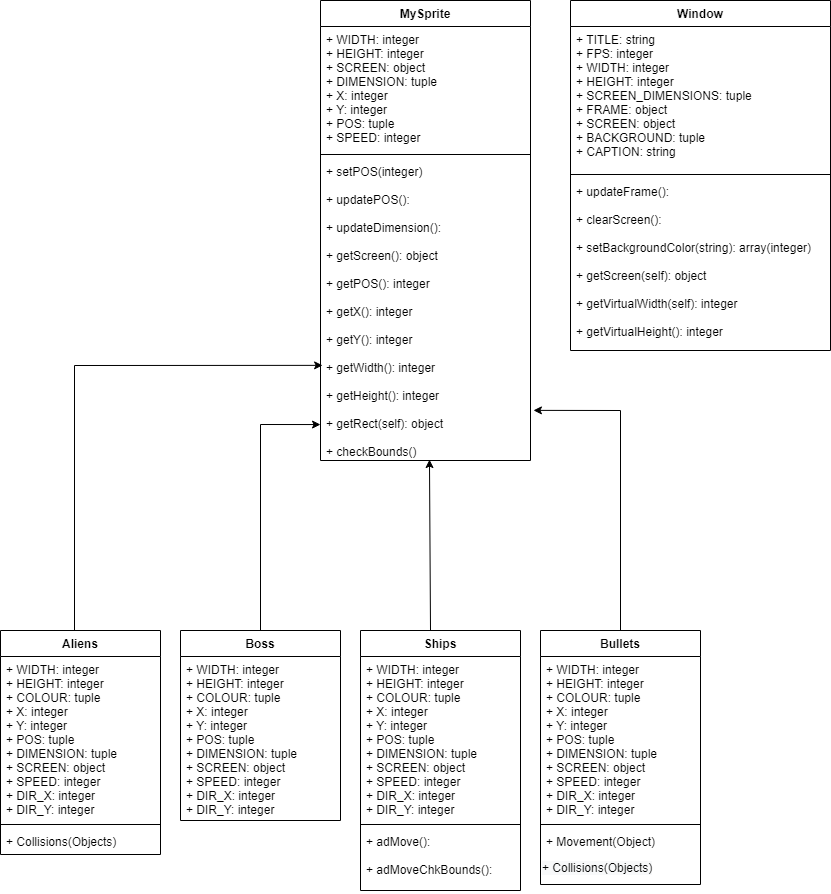
Above: UML for Space Invaders.png in ichandel/CSE3190-Project (draw.io), before the change. Source tidied: cells renumbered, new cells last; positions are measured from the earlier drawing's top-left corner, leaving out a move shared by most shapes.
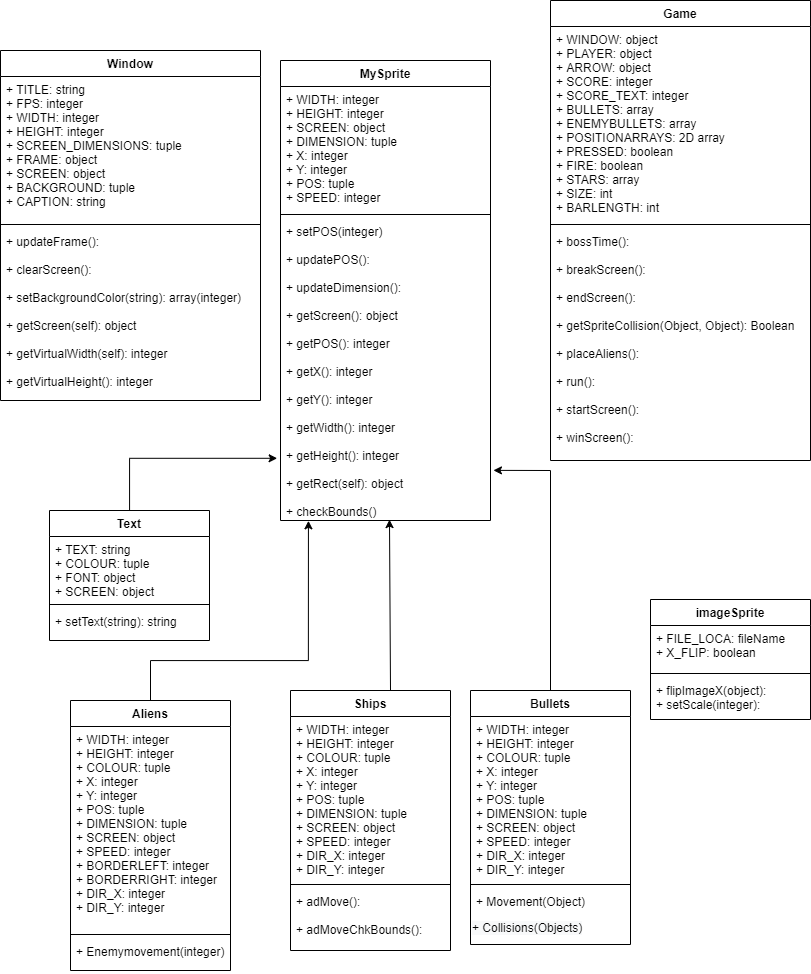
The same file after the commit.

Change to the diagram source:
```diff
@@ -2,20 +2,28 @@
   <root>
     <mxCell id="0" />
     <mxCell id="1" parent="0" />
+    <mxCell id="29" style="edgeStyle=orthogonalEdgeStyle;rounded=0;jettySize=auto;html=1;entryX=0.133;entryY=1.001;entryDx=0;entryDy=0;entryPerimeter=0;exitX=0.5;exitY=0;exitDx=0;exitDy=0;" parent="1" edge="1" source="2" target="23">
+      <mxGeometry relative="1" as="geometry">
+        <Array as="points">
+          <mxPoint x="190" y="-200" />
+          <mxPoint x="348" y="-200" />
+        </Array>
+      </mxGeometry>
+    </mxCell>
     <mxCell id="2" value="Aliens" style="swimlane;fontStyle=1;align=center;verticalAlign=top;horizontal=1;startSize=26;" parent="1" vertex="1">
-      <mxGeometry y="630" width="160" height="224" as="geometry" />
+      <mxGeometry x="110" y="-160" width="160" height="270" as="geometry" />
     </mxCell>
-    <mxCell id="3" value="+ WIDTH: integer&#10;+ HEIGHT: integer&#10;+ COLOUR: tuple&#10;+ X: integer&#10;+ Y: integer&#10;+ POS: tuple&#10;+ DIMENSION: tuple&#10;+ SCREEN: object&#10;+ SPEED: integer&#10;+ DIR_X: integer&#10;+ DIR_Y: integer" style="text;strokeColor=none;fillColor=none;align=left;verticalAlign=top;spacingLeft=4;spacingRight=4;overflow=hidden;" parent="2" vertex="1">
-      <mxGeometry y="26" width="160" height="164" as="geometry" />
+    <mxCell id="3" value="+ WIDTH: integer&#10;+ HEIGHT: integer&#10;+ COLOUR: tuple&#10;+ X: integer&#10;+ Y: integer&#10;+ POS: tuple&#10;+ DIMENSION: tuple&#10;+ SCREEN: object&#10;+ SPEED: integer&#10;+ BORDERLEFT: integer&#10;+ BORDERRIGHT: integer&#10;+ DIR_X: integer&#10;+ DIR_Y: integer" style="text;strokeColor=none;fillColor=none;align=left;verticalAlign=top;spacingLeft=4;spacingRight=4;overflow=hidden;" parent="2" vertex="1">
+      <mxGeometry y="26" width="160" height="204" as="geometry" />
     </mxCell>
     <mxCell id="4" style="line;strokeWidth=1;fillColor=none;align=left;verticalAlign=middle;spacingTop=-1;spacingLeft=3;spacingRight=3;labelPosition=right;" parent="2" vertex="1">
-      <mxGeometry y="190" width="160" height="8" as="geometry" />
+      <mxGeometry y="230" width="160" height="8" as="geometry" />
     </mxCell>
-    <mxCell id="5" value="+ Collisions(Objects)" style="text;strokeColor=none;fillColor=none;align=left;verticalAlign=top;spacingLeft=4;spacingRight=4;overflow=hidden;" parent="2" vertex="1">
-      <mxGeometry y="198" width="160" height="26" as="geometry" />
+    <mxCell id="5" value="+ Enemymovement(integer)" style="text;strokeColor=none;fillColor=none;align=left;verticalAlign=top;spacingLeft=4;spacingRight=4;overflow=hidden;" parent="2" vertex="1">
+      <mxGeometry y="238" width="160" height="32" as="geometry" />
     </mxCell>
     <mxCell id="6" value="Bullets" style="swimlane;fontStyle=1;align=center;verticalAlign=top;horizontal=1;startSize=26;" parent="1" vertex="1">
-      <mxGeometry x="540" y="630" width="160" height="254" as="geometry" />
+      <mxGeometry x="510" y="-170" width="160" height="254" as="geometry" />
     </mxCell>
     <mxCell id="7" value="+ WIDTH: integer&#10;+ HEIGHT: integer&#10;+ COLOUR: tuple&#10;+ X: integer&#10;+ Y: integer&#10;+ POS: tuple&#10;+ DIMENSION: tuple&#10;+ SCREEN: object&#10;+ SPEED: integer&#10;+ DIR_X: integer&#10;+ DIR_Y: integer" style="text;strokeColor=none;fillColor=none;align=left;verticalAlign=top;spacingLeft=4;spacingRight=4;overflow=hidden;" parent="6" vertex="1">
       <mxGeometry y="26" width="160" height="164" as="geometry" />
@@ -29,34 +37,20 @@
     <mxCell id="10" value="&lt;span style=&quot;color: rgb(0, 0, 0); font-family: helvetica; font-size: 12px; font-style: normal; font-weight: 400; letter-spacing: normal; text-align: left; text-indent: 0px; text-transform: none; word-spacing: 0px; background-color: rgb(248, 249, 250); display: inline; float: none;&quot;&gt;+ Collisions(Objects)&lt;/span&gt;" style="text;whiteSpace=wrap;html=1;" parent="6" vertex="1">
       <mxGeometry y="224" width="160" height="30" as="geometry" />
     </mxCell>
-    <mxCell id="11" value="Boss" style="swimlane;fontStyle=1;align=center;verticalAlign=top;horizontal=1;startSize=26;" parent="1" vertex="1">
-      <mxGeometry x="180" y="630" width="160" height="190" as="geometry" />
-    </mxCell>
-    <mxCell id="12" value="+ WIDTH: integer&#10;+ HEIGHT: integer&#10;+ COLOUR: tuple&#10;+ X: integer&#10;+ Y: integer&#10;+ POS: tuple&#10;+ DIMENSION: tuple&#10;+ SCREEN: object&#10;+ SPEED: integer&#10;+ DIR_X: integer&#10;+ DIR_Y: integer" style="text;strokeColor=none;fillColor=none;align=left;verticalAlign=top;spacingLeft=4;spacingRight=4;overflow=hidden;" parent="11" vertex="1">
-      <mxGeometry y="26" width="160" height="164" as="geometry" />
-    </mxCell>
-    <mxCell id="13" style="endArrow=classic;html=1;entryX=0.01;entryY=0.685;entryDx=0;entryDy=0;entryPerimeter=0;rounded=0;" parent="1" edge="1" target="23">
-      <mxGeometry relative="1" as="geometry">
-        <mxPoint x="74" y="630" as="sourcePoint" />
-        <Array as="points">
-          <mxPoint x="74" y="365" />
-        </Array>
-      </mxGeometry>
-    </mxCell>
     <mxCell id="14" style="endArrow=classic;html=1;exitX=0.5;exitY=0;exitDx=0;exitDy=0;entryX=0.519;entryY=0.997;entryDx=0;entryDy=0;entryPerimeter=0;" parent="1" edge="1" target="23">
       <mxGeometry relative="1" as="geometry">
-        <mxPoint x="430" y="630" as="sourcePoint" />
+        <mxPoint x="430" y="-170" as="sourcePoint" />
       </mxGeometry>
     </mxCell>
     <mxCell id="15" style="endArrow=classic;html=1;exitX=0.5;exitY=0;exitDx=0;exitDy=0;entryX=1.014;entryY=0.834;entryDx=0;entryDy=0;entryPerimeter=0;rounded=0;" parent="1" edge="1" source="6" target="23">
       <mxGeometry relative="1" as="geometry">
         <Array as="points">
-          <mxPoint x="620" y="410" />
+          <mxPoint x="590" y="-390" />
         </Array>
       </mxGeometry>
     </mxCell>
     <mxCell id="16" value="Ships" style="swimlane;fontStyle=1;align=center;verticalAlign=top;horizontal=1;startSize=26;" parent="1" vertex="1">
-      <mxGeometry x="360" y="630" width="160" height="260" as="geometry" />
+      <mxGeometry x="330" y="-170" width="160" height="260" as="geometry" />
     </mxCell>
     <mxCell id="17" value="+ WIDTH: integer&#10;+ HEIGHT: integer&#10;+ COLOUR: tuple&#10;+ X: integer&#10;+ Y: integer&#10;+ POS: tuple&#10;+ DIMENSION: tuple&#10;+ SCREEN: object&#10;+ SPEED: integer&#10;+ DIR_X: integer&#10;+ DIR_Y: integer" style="text;strokeColor=none;fillColor=none;align=left;verticalAlign=top;spacingLeft=4;spacingRight=4;overflow=hidden;" parent="16" vertex="1">
       <mxGeometry y="26" width="160" height="164" as="geometry" />
@@ -68,7 +62,7 @@
       <mxGeometry y="198" width="160" height="62" as="geometry" />
     </mxCell>
     <mxCell id="20" value="MySprite" style="swimlane;fontStyle=1;align=center;verticalAlign=top;horizontal=1;startSize=26;" parent="1" vertex="1">
-      <mxGeometry x="320" width="210" height="460" as="geometry" />
+      <mxGeometry x="320" y="-800" width="210" height="460" as="geometry" />
     </mxCell>
     <mxCell id="21" value="+ WIDTH: integer&#10;+ HEIGHT: integer&#10;+ SCREEN: object&#10;+ DIMENSION: tuple&#10;+ X: integer&#10;+ Y: integer&#10;+ POS: tuple&#10;+ SPEED: integer" style="text;strokeColor=none;fillColor=none;align=left;verticalAlign=top;spacingLeft=4;spacingRight=4;overflow=hidden;" parent="20" vertex="1">
       <mxGeometry y="26" width="210" height="124" as="geometry" />
@@ -80,7 +74,7 @@
       <mxGeometry y="158" width="210" height="302" as="geometry" />
     </mxCell>
     <mxCell id="24" value="Window" style="swimlane;fontStyle=1;align=center;verticalAlign=top;horizontal=1;startSize=26;" parent="1" vertex="1">
-      <mxGeometry x="570" width="260" height="350" as="geometry" />
+      <mxGeometry x="40" y="-810" width="260" height="350" as="geometry" />
     </mxCell>
     <mxCell id="25" value="+ TITLE: string&#10;+ FPS: integer&#10;+ WIDTH: integer&#10;+ HEIGHT: integer&#10;+ SCREEN_DIMENSIONS: tuple&#10;+ FRAME: object&#10;+ SCREEN: object&#10;+ BACKGROUND: tuple&#10;+ CAPTION: string" style="text;strokeColor=none;fillColor=none;align=left;verticalAlign=top;spacingLeft=4;spacingRight=4;overflow=hidden;" parent="24" vertex="1">
       <mxGeometry y="26" width="260" height="144" as="geometry" />
@@ -91,12 +85,48 @@
     <mxCell id="27" value="+ updateFrame():&#10;&#10;+ clearScreen():&#10;&#10;+ setBackgroundColor(string): array(integer)&#10;&#10;+ getScreen(self): object&#10;&#10;+ getVirtualWidth(self): integer&#10;&#10;+ getVirtualHeight(): integer&#10;" style="text;strokeColor=none;fillColor=none;align=left;verticalAlign=top;spacingLeft=4;spacingRight=4;overflow=hidden;" parent="24" vertex="1">
       <mxGeometry y="178" width="260" height="172" as="geometry" />
     </mxCell>
-    <mxCell id="28" style="endArrow=classic;html=1;entryX=0;entryY=0.881;entryDx=0;entryDy=0;entryPerimeter=0;rounded=0;exitX=0.5;exitY=0;exitDx=0;exitDy=0;" parent="1" edge="1" source="11" target="23">
-      <mxGeometry relative="1" as="geometry">
-        <Array as="points">
-          <mxPoint x="260" y="424" />
-        </Array>
-      </mxGeometry>
-    </mxCell>
+    <mxCell id="30" style="edgeStyle=orthogonalEdgeStyle;rounded=0;jettySize=auto;html=1;entryX=-0.016;entryY=0.794;entryDx=0;entryDy=0;entryPerimeter=0;" parent="1" edge="1" source="31" target="23">
+      <mxGeometry relative="1" as="geometry">
+        <Array as="points">
+          <mxPoint x="169" y="-402" />
+        </Array>
+      </mxGeometry>
+    </mxCell>
+    <mxCell id="31" value="Text" style="swimlane;fontStyle=1;align=center;verticalAlign=top;horizontal=1;startSize=26;" parent="1" vertex="1">
+      <mxGeometry x="89" y="-350" width="160" height="130" as="geometry" />
+    </mxCell>
+    <mxCell id="32" value="+ TEXT: string&#10;+ COLOUR: tuple&#10;+ FONT: object&#10;+ SCREEN: object" style="text;strokeColor=none;fillColor=none;align=left;verticalAlign=top;spacingLeft=4;spacingRight=4;overflow=hidden;" parent="31" vertex="1">
+      <mxGeometry y="26" width="160" height="64" as="geometry" />
+    </mxCell>
+    <mxCell id="33" style="line;strokeWidth=1;fillColor=none;align=left;verticalAlign=middle;spacingTop=-1;spacingLeft=3;spacingRight=3;labelPosition=right;" parent="31" vertex="1">
+      <mxGeometry y="90" width="160" height="8" as="geometry" />
+    </mxCell>
+    <mxCell id="34" value="+ setText(string): string" style="text;strokeColor=none;fillColor=none;align=left;verticalAlign=top;spacingLeft=4;spacingRight=4;overflow=hidden;" parent="31" vertex="1">
+      <mxGeometry y="98" width="160" height="32" as="geometry" />
+    </mxCell>
+    <mxCell id="35" value="Game" style="swimlane;fontStyle=1;align=center;verticalAlign=top;horizontal=1;startSize=26;" parent="1" vertex="1">
+      <mxGeometry x="590" y="-860" width="260" height="460" as="geometry" />
+    </mxCell>
+    <mxCell id="36" value="+ WINDOW: object&#10;+ PLAYER: object&#10;+ ARROW: object&#10;+ SCORE: integer&#10;+ SCORE_TEXT: integer&#10;+ BULLETS: array&#10;+ ENEMYBULLETS: array&#10;+ POSITIONARRAYS: 2D array&#10;+ PRESSED: boolean&#10;+ FIRE: boolean&#10;+ STARS: array&#10;+ SIZE: int&#10;+ BARLENGTH: int" style="text;strokeColor=none;fillColor=none;align=left;verticalAlign=top;spacingLeft=4;spacingRight=4;overflow=hidden;" parent="35" vertex="1">
+      <mxGeometry y="26" width="260" height="194" as="geometry" />
+    </mxCell>
+    <mxCell id="37" style="line;strokeWidth=1;fillColor=none;align=left;verticalAlign=middle;spacingTop=-1;spacingLeft=3;spacingRight=3;labelPosition=right;" parent="35" vertex="1">
+      <mxGeometry y="220" width="260" height="8" as="geometry" />
+    </mxCell>
+    <mxCell id="38" value="+ bossTime():&#10;&#10;+ breakScreen():&#10;&#10;+ endScreen():&#10;&#10;+ getSpriteCollision(Object, Object): Boolean&#10;&#10;+ placeAliens():&#10;&#10;+ run():&#10;&#10;+ startScreen():&#10;&#10;+ winScreen():&#10;" style="text;strokeColor=none;fillColor=none;align=left;verticalAlign=top;spacingLeft=4;spacingRight=4;overflow=hidden;" parent="35" vertex="1">
+      <mxGeometry y="228" width="260" height="232" as="geometry" />
+    </mxCell>
+    <mxCell id="39" value="imageSprite" style="swimlane;fontStyle=1;align=center;verticalAlign=top;horizontal=1;startSize=26;" parent="1" vertex="1">
+      <mxGeometry x="690" y="-261" width="160" height="120" as="geometry" />
+    </mxCell>
+    <mxCell id="40" value="+ FILE_LOCA: fileName&#10;+ X_FLIP: boolean" style="text;strokeColor=none;fillColor=none;align=left;verticalAlign=top;spacingLeft=4;spacingRight=4;overflow=hidden;" parent="39" vertex="1">
+      <mxGeometry y="26" width="160" height="44" as="geometry" />
+    </mxCell>
+    <mxCell id="41" style="line;strokeWidth=1;fillColor=none;align=left;verticalAlign=middle;spacingTop=-1;spacingLeft=3;spacingRight=3;labelPosition=right;" parent="39" vertex="1">
+      <mxGeometry y="70" width="160" height="8" as="geometry" />
+    </mxCell>
+    <mxCell id="42" value="+ flipImageX(object): &#10;+ setScale(integer):" style="text;strokeColor=none;fillColor=none;align=left;verticalAlign=top;spacingLeft=4;spacingRight=4;overflow=hidden;" parent="39" vertex="1">
+      <mxGeometry y="78" width="160" height="42" as="geometry" />
+    </mxCell>
   </root>
 </mxGraphModel>
```
